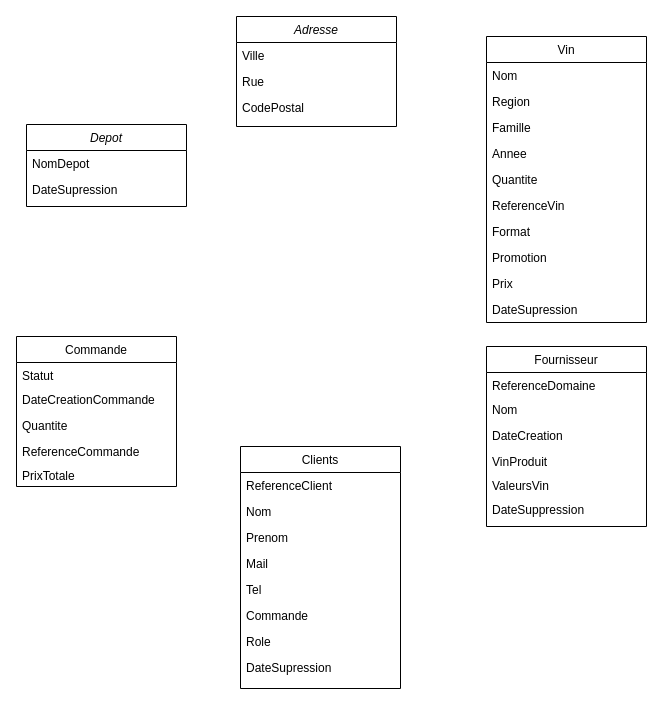
This is projet-vin-mcd.drawio from TorayLaTortue/Projet-vin, a draw.io file, before an edit. Source tidied: cells renumbered, new cells numbered last; positions are measured from the earlier drawing's top-left corner, leaving out a move shared by most shapes. Both pictures are drawn from the tidied source at 100%, with x=0, y=0 at pixel (16, 16).
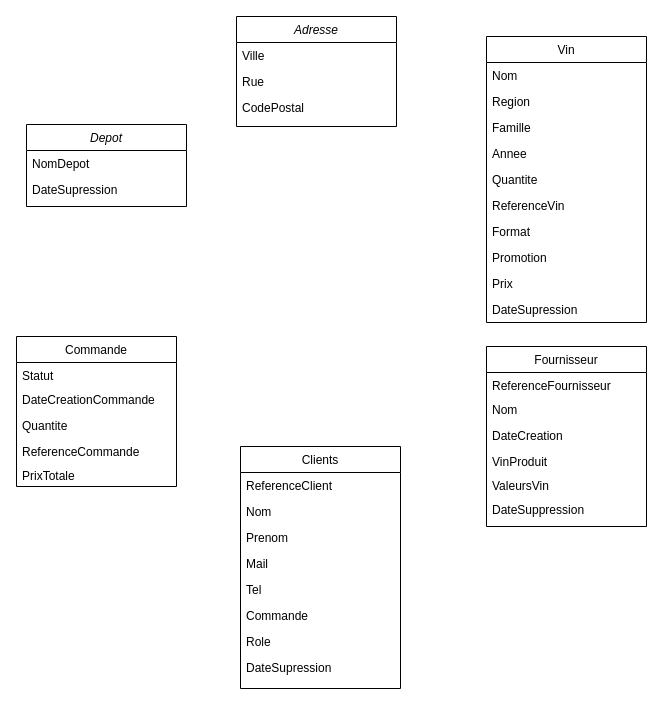
The same page after the edit.

Commit message (it also covers changes not shown here):
Mettre à jour projet-vin-mcd.drawio

Unchanged cells that the change refers to:
```xml
<mxCell id="17" value="Fournisseur" style="swimlane;fontStyle=0;align=center;verticalAlign=top;horizontal=1;startSize=26;rounded=0;shadow=0;strokeWidth=1;" parent="1" vertex="1">
  <mxGeometry x="470" y="330" width="160" height="180" as="geometry" />
</mxCell>
```

Diff of the diagram source:
```diff
@@
-    <mxCell id="18" value="ReferenceDomaine" style="text;align=left;verticalAlign=top;spacingLeft=4;spacingRight=4;overflow=hidden;" parent="17" vertex="1">
+    <mxCell id="18" value="ReferenceFournisseur" style="text;align=left;verticalAlign=top;spacingLeft=4;spacingRight=4;overflow=hidden;" parent="17" vertex="1">
       <mxGeometry y="26" width="160" height="24" as="geometry" />
     </mxCell>
```
